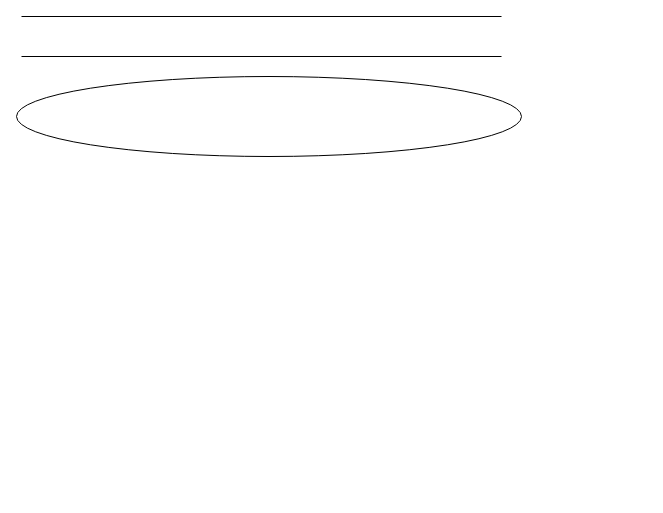
The draw.io diagram AirbnbClone.drawio in CristinaPlesa/airbnb-clone, before the edit. Source tidied: cells renumbered, new cells numbered last; positions are measured from the earlier drawing's top-left corner, leaving out a move shared by most shapes. Both pictures are drawn from the tidied source at 100%, with x=0, y=0 at pixel (16, 16).
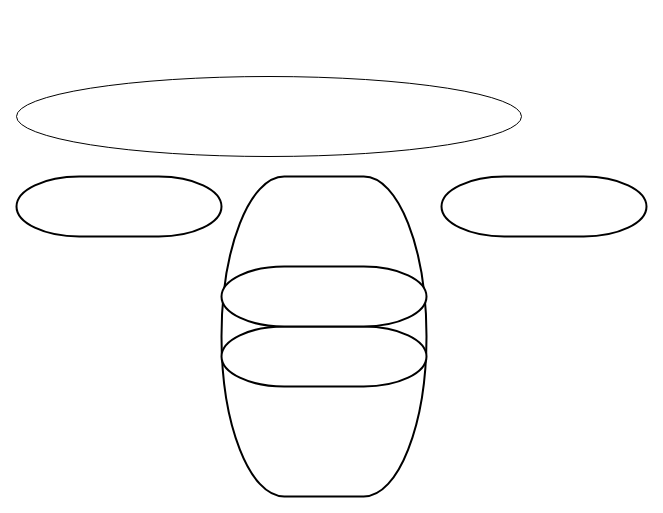
The same page after the edit.

Diff of the diagram source:
```diff
@@
 <mxGraphModel>
   <root>
     <mxCell id="0" />
     <mxCell id="1" parent="0" />
-    <mxCell id="2" style="endArrow=none;html=1;" parent="1" edge="1">
-      <mxGeometry relative="1" as="geometry">
-        <mxPoint x="5" as="sourcePoint" />
-        <mxPoint x="485" as="targetPoint" />
-      </mxGeometry>
-    </mxCell>
-    <mxCell id="3" style="endArrow=none;html=1;" parent="1" edge="1">
-      <mxGeometry relative="1" as="geometry">
-        <mxPoint x="5" y="40" as="sourcePoint" />
-        <mxPoint x="485" y="40" as="targetPoint" />
-      </mxGeometry>
-    </mxCell>
     <mxCell id="4" style="ellipse;whiteSpace=wrap;html=1;" parent="1" vertex="1">
       <mxGeometry y="60" width="505" height="80" as="geometry" />
     </mxCell>
+    <mxCell id="5" style="strokeWidth=2;html=1;shape=mxgraph.flowchart.terminator;whiteSpace=wrap;" parent="1" vertex="1">
+      <mxGeometry y="160" width="205" height="60" as="geometry" />
+    </mxCell>
+    <mxCell id="6" style="strokeWidth=2;html=1;shape=mxgraph.flowchart.terminator;whiteSpace=wrap;" parent="1" vertex="1">
+      <mxGeometry x="205" y="160" width="205" height="320" as="geometry" />
+    </mxCell>
+    <mxCell id="7" style="strokeWidth=2;html=1;shape=mxgraph.flowchart.terminator;whiteSpace=wrap;" parent="1" vertex="1">
+      <mxGeometry x="205" y="310" width="205" height="60" as="geometry" />
+    </mxCell>
+    <mxCell id="8" style="strokeWidth=2;html=1;shape=mxgraph.flowchart.terminator;whiteSpace=wrap;" parent="1" vertex="1">
+      <mxGeometry x="205" y="250" width="205" height="60" as="geometry" />
+    </mxCell>
+    <mxCell id="9" style="strokeWidth=2;html=1;shape=mxgraph.flowchart.terminator;whiteSpace=wrap;" parent="1" vertex="1">
+      <mxGeometry x="425" y="160" width="205" height="60" as="geometry" />
+    </mxCell>
   </root>
 </mxGraphModel>
```
